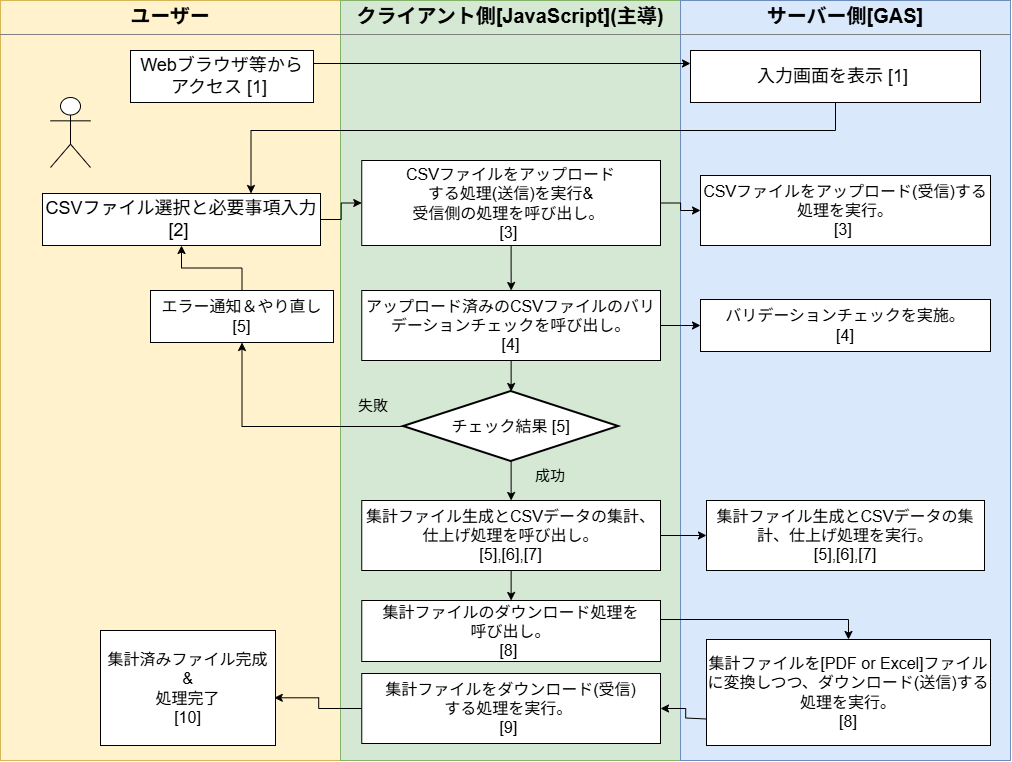
kimurad101/WeatherDataTotalizer-standalone keeps this draw.io diagram as process-flow-drawio.png. Above is the earlier version. Source tidied: cells renumbered, new cells last; positions are measured from the earlier drawing's top-left corner, leaving out a move shared by most shapes.
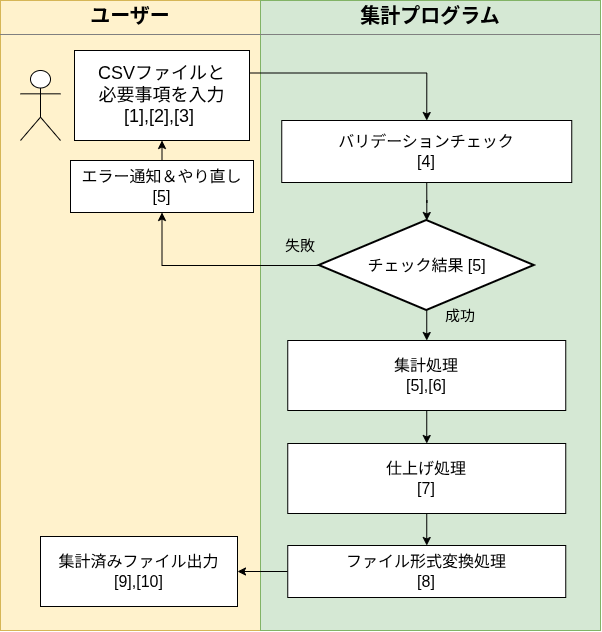
The same file after the commit.

Commit message:
フロー図を大幅修正。

The edit, as a diff of the source:
```diff
@@ -3,127 +3,67 @@
     <mxCell id="0" />
     <mxCell id="1" parent="0" />
     <mxCell id="2" value="&lt;p style=&quot;margin:0px;margin-top:4px;text-align:center;&quot;&gt;&lt;b&gt;&lt;font style=&quot;font-size: 20px;&quot;&gt;ユーザー&lt;/font&gt;&lt;/b&gt;&lt;/p&gt;&lt;hr size=&quot;1&quot; style=&quot;border-style:solid;&quot;&gt;&lt;div style=&quot;height:2px;&quot;&gt;&lt;/div&gt;" style="verticalAlign=top;align=left;overflow=fill;html=1;whiteSpace=wrap;fillColor=#fff2cc;strokeColor=#d6b656;" parent="1" vertex="1">
-      <mxGeometry width="340" height="760" as="geometry" />
+      <mxGeometry x="80" y="70" width="260" height="630" as="geometry" />
     </mxCell>
-    <mxCell id="3" value="&lt;p style=&quot;margin:0px;margin-top:4px;text-align:center;&quot;&gt;&lt;b&gt;&lt;font style=&quot;font-size: 20px;&quot;&gt;クライアント側[JavaScript](主導)&lt;/font&gt;&lt;/b&gt;&lt;/p&gt;&lt;hr size=&quot;1&quot; style=&quot;border-style:solid;&quot;&gt;&lt;div style=&quot;height:2px;&quot;&gt;&lt;/div&gt;" style="verticalAlign=top;align=left;overflow=fill;html=1;whiteSpace=wrap;fillColor=#d5e8d4;strokeColor=#82b366;" parent="1" vertex="1">
-      <mxGeometry x="340" width="340" height="760" as="geometry" />
+    <mxCell id="3" value="&lt;p style=&quot;margin:0px;margin-top:4px;text-align:center;&quot;&gt;&lt;b&gt;&lt;font style=&quot;font-size: 20px;&quot;&gt;集計プログラム&lt;/font&gt;&lt;/b&gt;&lt;/p&gt;&lt;hr size=&quot;1&quot; style=&quot;border-style:solid;&quot;&gt;&lt;div style=&quot;height:2px;&quot;&gt;&lt;/div&gt;" style="verticalAlign=top;align=left;overflow=fill;html=1;whiteSpace=wrap;fillColor=#d5e8d4;strokeColor=#82b366;" parent="1" vertex="1">
+      <mxGeometry x="340" y="70" width="340" height="630" as="geometry" />
     </mxCell>
-    <mxCell id="4" value="&lt;p style=&quot;margin:0px;margin-top:4px;text-align:center;&quot;&gt;&lt;b&gt;&lt;font style=&quot;font-size: 20px;&quot;&gt;サーバー側[GAS]&lt;/font&gt;&lt;/b&gt;&lt;/p&gt;&lt;hr size=&quot;1&quot; style=&quot;border-style:solid;&quot;&gt;&lt;div style=&quot;height:2px;&quot;&gt;&lt;/div&gt;" style="verticalAlign=top;align=left;overflow=fill;html=1;whiteSpace=wrap;fillColor=#dae8fc;strokeColor=#6c8ebf;" parent="1" vertex="1">
-      <mxGeometry x="680" width="330" height="760" as="geometry" />
-    </mxCell>
     <mxCell id="5" style="shape=umlActor;verticalLabelPosition=bottom;verticalAlign=top;html=1;labelPerimeter=1;" parent="1" vertex="1">
-      <mxGeometry x="50" y="97" width="40" height="70" as="geometry" />
+      <mxGeometry x="100" y="140" width="40" height="70" as="geometry" />
     </mxCell>
-    <mxCell id="6" style="edgeStyle=orthogonalEdgeStyle;rounded=0;jettySize=auto;html=1;exitX=1;exitY=0.5;exitDx=0;exitDy=0;entryX=0;entryY=0.5;entryDx=0;entryDy=0;defaultLabelBackgroundColor=page;" parent="1" edge="1" source="8" target="31">
-      <mxGeometry relative="1" as="geometry" />
-    </mxCell>
-    <mxCell id="7" style="edgeStyle=orthogonalEdgeStyle;rounded=0;jettySize=auto;html=1;exitX=0.5;exitY=1;exitDx=0;exitDy=0;defaultLabelBackgroundColor=page;" parent="1" edge="1" source="8" target="19">
-      <mxGeometry relative="1" as="geometry" />
-    </mxCell>
-    <mxCell id="8" value="CSVファイルをアップロード&lt;div&gt;する処理&lt;span style=&quot;background-color: transparent; color: light-dark(#000000, var(--ge-light-color, #ffffff));&quot;&gt;(送信)&lt;/span&gt;&lt;span style=&quot;background-color: transparent; color: light-dark(#000000, var(--ge-light-color, #ffffff));&quot;&gt;を実行&lt;/span&gt;&lt;span style=&quot;background-color: transparent; color: light-dark(#000000, var(--ge-light-color, #ffffff));&quot;&gt;&amp;amp;&lt;br&gt;受信側の処理を呼び出し。&amp;nbsp;&lt;/span&gt;&lt;/div&gt;&lt;div&gt;&lt;div&gt;[3]&amp;nbsp;&lt;/div&gt;&lt;/div&gt;" style="html=1;whiteSpace=wrap;fontSize=16;" parent="1" vertex="1">
-      <mxGeometry x="361.2" y="160" width="298.8" height="85" as="geometry" />
-    </mxCell>
     <mxCell id="9" value="エラー通知＆やり直し [5]" style="html=1;whiteSpace=wrap;fontSize=16;" parent="1" vertex="1">
-      <mxGeometry x="150" y="290" width="183" height="52" as="geometry" />
+      <mxGeometry x="150" y="230" width="183" height="52" as="geometry" />
     </mxCell>
-    <mxCell id="10" style="edgeStyle=orthogonalEdgeStyle;rounded=0;jettySize=auto;html=1;exitX=0.5;exitY=1;exitDx=0;exitDy=0;exitPerimeter=0;entryX=0.5;entryY=0;entryDx=0;entryDy=0;defaultLabelBackgroundColor=page;" parent="1" edge="1" source="12" target="22">
-      <mxGeometry relative="1" as="geometry" />
-    </mxCell>
     <mxCell id="11" style="edgeStyle=orthogonalEdgeStyle;rounded=0;jettySize=auto;html=1;exitX=0;exitY=0.5;exitDx=0;exitDy=0;exitPerimeter=0;entryX=0.5;entryY=1;entryDx=0;entryDy=0;defaultLabelBackgroundColor=page;" parent="1" edge="1" source="12" target="9">
       <mxGeometry relative="1" as="geometry" />
     </mxCell>
+    <mxCell id="38" style="edgeStyle=orthogonalEdgeStyle;rounded=0;jettySize=auto;html=1;exitX=0.5;exitY=1;exitDx=0;exitDy=0;exitPerimeter=0;entryX=0.5;entryY=0;entryDx=0;entryDy=0;defaultLabelBackgroundColor=page;" parent="1" edge="1" source="12" target="33">
+      <mxGeometry relative="1" as="geometry" />
+    </mxCell>
     <mxCell id="12" value="&lt;div&gt;チェック結果 [5]&lt;/div&gt;" style="strokeWidth=2;html=1;shape=mxgraph.flowchart.decision;whiteSpace=wrap;fontSize=16;" parent="1" vertex="1">
-      <mxGeometry x="403.1" y="391" width="215" height="70" as="geometry" />
+      <mxGeometry x="398.8" y="290" width="215" height="90" as="geometry" />
     </mxCell>
-    <mxCell id="13" style="edgeStyle=orthogonalEdgeStyle;rounded=0;jettySize=auto;html=1;exitX=1;exitY=0.5;exitDx=0;exitDy=0;entryX=0;entryY=0.5;entryDx=0;entryDy=0;defaultLabelBackgroundColor=page;" parent="1" edge="1" source="14" target="8">
-      <mxGeometry relative="1" as="geometry" />
-    </mxCell>
+    <mxCell id="39" style="edgeStyle=orthogonalEdgeStyle;rounded=0;jettySize=auto;html=1;exitX=1;exitY=0.25;exitDx=0;exitDy=0;entryX=0.5;entryY=0;entryDx=0;entryDy=0;defaultLabelBackgroundColor=page;" parent="1" edge="1" source="14" target="32">
+      <mxGeometry relative="1" as="geometry" />
+    </mxCell>
-    <mxCell id="14" value="&lt;span style=&quot;background-color: transparent; font-size: 18px;&quot;&gt;CSVファイル選択と&lt;/span&gt;&lt;span style=&quot;background-color: transparent; color: light-dark(#000000, var(--ge-light-color, #ffffff)); font-size: 18px;&quot;&gt;必要事項入力&lt;/span&gt;&lt;span style=&quot;background-color: transparent; color: light-dark(#000000, var(--ge-light-color, #ffffff)); font-size: 18px;&quot;&gt;[2]&lt;/span&gt;&lt;span style=&quot;background-color: transparent; color: light-dark(#000000, var(--ge-light-color, #ffffff)); font-size: 18px;&quot;&gt;&amp;nbsp;&lt;/span&gt;" style="html=1;whiteSpace=wrap;fontSize=16;" parent="1" vertex="1">
-      <mxGeometry x="42" y="193" width="278" height="52" as="geometry" />
+    <mxCell id="14" value="&lt;span style=&quot;background-color: transparent; font-size: 18px;&quot;&gt;CSVファイルと&lt;/span&gt;&lt;div&gt;&lt;span style=&quot;background-color: transparent; color: light-dark(#000000, var(--ge-light-color, #ffffff)); font-size: 18px;&quot;&gt;必要事項を入力&lt;/span&gt;&lt;/div&gt;&lt;div&gt;&lt;span style=&quot;background-color: transparent; color: light-dark(#000000, var(--ge-light-color, #ffffff)); font-size: 18px;&quot;&gt;[1],[2],[3]&lt;/span&gt;&lt;span style=&quot;background-color: transparent; color: light-dark(#000000, var(--ge-light-color, #ffffff)); font-size: 18px;&quot;&gt;&amp;nbsp;&lt;/span&gt;&lt;/div&gt;" style="html=1;whiteSpace=wrap;fontSize=16;" parent="1" vertex="1">
+      <mxGeometry x="154" y="120" width="175" height="90" as="geometry" />
     </mxCell>
     <mxCell id="15" value="失敗" style="text;html=1;whiteSpace=wrap;strokeColor=none;fillColor=none;align=center;verticalAlign=middle;rounded=0;fontSize=15;" parent="1" vertex="1">
-      <mxGeometry x="343.1" y="390" width="60" height="30" as="geometry" />
+      <mxGeometry x="350" y="300" width="60" height="30" as="geometry" />
     </mxCell>
     <mxCell id="16" value="成功" style="text;html=1;whiteSpace=wrap;strokeColor=none;fillColor=none;align=center;verticalAlign=middle;rounded=0;fontSize=15;" parent="1" vertex="1">
-      <mxGeometry x="520" y="460" width="60" height="30" as="geometry" />
+      <mxGeometry x="510" y="370" width="60" height="30" as="geometry" />
     </mxCell>
-    <mxCell id="17" value="&lt;div&gt;集計済みファイル完成&lt;/div&gt;&lt;div&gt;&amp;amp;&lt;/div&gt;&lt;div&gt;処理完了&lt;/div&gt;&lt;div&gt;[10&lt;span style=&quot;background-color: transparent; color: light-dark(#000000, var(--ge-light-color, #ffffff));&quot;&gt;]&lt;/span&gt;&lt;/div&gt;" style="html=1;whiteSpace=wrap;fontSize=16;" parent="1" vertex="1">
-      <mxGeometry x="100" y="630" width="175" height="115" as="geometry" />
+    <mxCell id="17" value="&lt;div&gt;集計済みファイル出力&lt;/div&gt;&lt;div&gt;[9],[10&lt;span style=&quot;background-color: transparent; color: light-dark(#000000, var(--ge-light-color, #ffffff));&quot;&gt;]&lt;/span&gt;&lt;/div&gt;" style="html=1;whiteSpace=wrap;fontSize=16;" parent="1" vertex="1">
+      <mxGeometry x="120" y="606" width="197" height="70" as="geometry" />
     </mxCell>
-    <mxCell id="18" style="edgeStyle=orthogonalEdgeStyle;rounded=0;jettySize=auto;html=1;exitX=1;exitY=0.5;exitDx=0;exitDy=0;entryX=0;entryY=0.5;entryDx=0;entryDy=0;defaultLabelBackgroundColor=page;" parent="1" edge="1" source="19" target="32">
-      <mxGeometry relative="1" as="geometry" />
-    </mxCell>
-    <mxCell id="19" value="&lt;span style=&quot;background-color: transparent; color: light-dark(#000000, var(--ge-light-color, #ffffff));&quot;&gt;アップロード済みのCSVファイルのバリデーションチェックを呼び出し。&lt;/span&gt;&lt;div&gt;[4]&lt;/div&gt;" style="html=1;whiteSpace=wrap;fontSize=16;" parent="1" vertex="1">
-      <mxGeometry x="361.3" y="290" width="298.8" height="70" as="geometry" />
-    </mxCell>
-    <mxCell id="20" style="edgeStyle=orthogonalEdgeStyle;rounded=0;jettySize=auto;html=1;exitX=1;exitY=0.5;exitDx=0;exitDy=0;entryX=0;entryY=0.5;entryDx=0;entryDy=0;defaultLabelBackgroundColor=page;" parent="1" edge="1" source="22" target="33">
-      <mxGeometry relative="1" as="geometry" />
-    </mxCell>
-    <mxCell id="21" style="edgeStyle=orthogonalEdgeStyle;rounded=0;jettySize=auto;html=1;exitX=0.5;exitY=1;exitDx=0;exitDy=0;entryX=0.5;entryY=0;entryDx=0;entryDy=0;defaultLabelBackgroundColor=page;" parent="1" edge="1" source="22" target="37">
-      <mxGeometry relative="1" as="geometry" />
-    </mxCell>
-    <mxCell id="22" value="&lt;div&gt;集計ファイル生成とCSVデータの集計、仕上げ処理を呼び出し。&lt;br&gt;&lt;div&gt;[5],[6],[7]&lt;/div&gt;&lt;/div&gt;" style="html=1;whiteSpace=wrap;fontSize=16;" parent="1" vertex="1">
-      <mxGeometry x="361.2" y="500" width="298.8" height="70" as="geometry" />
-    </mxCell>
-    <mxCell id="23" style="edgeStyle=orthogonalEdgeStyle;rounded=0;jettySize=auto;html=1;exitX=0;exitY=0.75;exitDx=0;exitDy=0;entryX=1;entryY=0.5;entryDx=0;entryDy=0;defaultLabelBackgroundColor=page;" parent="1" edge="1" source="24" target="34">
-      <mxGeometry relative="1" as="geometry">
-        <Array as="points">
-          <mxPoint x="706" y="717.5" />
-          <mxPoint x="685.2" y="717.5" />
-        </Array>
-      </mxGeometry>
-    </mxCell>
+    <mxCell id="40" style="edgeStyle=orthogonalEdgeStyle;rounded=0;jettySize=auto;html=1;exitX=0;exitY=0.5;exitDx=0;exitDy=0;entryX=1;entryY=0.5;entryDx=0;entryDy=0;defaultLabelBackgroundColor=page;" parent="1" edge="1" source="24" target="17">
+      <mxGeometry relative="1" as="geometry" />
+    </mxCell>
-    <mxCell id="24" value="&lt;div&gt;集計ファイルを&lt;span style=&quot;background-color: transparent; color: light-dark(#000000, var(--ge-light-color, #ffffff));&quot;&gt;[PDF or Excel]ファイルに変換しつつ、ダウンロード(送信)する処理を実行。&lt;/span&gt;&lt;/div&gt;&lt;div&gt;[8]&lt;/div&gt;" style="html=1;whiteSpace=wrap;fontSize=16;" parent="1" vertex="1">
-      <mxGeometry x="706" y="639" width="284" height="106" as="geometry" />
+    <mxCell id="24" value="&lt;div&gt;&lt;span style=&quot;background-color: transparent; color: light-dark(#000000, var(--ge-light-color, #ffffff));&quot;&gt;ファイル形式変換処理&lt;/span&gt;&lt;/div&gt;&lt;div&gt;[8]&lt;/div&gt;" style="html=1;whiteSpace=wrap;fontSize=16;" parent="1" vertex="1">
+      <mxGeometry x="367.2" y="615" width="278" height="52" as="geometry" />
     </mxCell>
-    <mxCell id="25" style="edgeStyle=orthogonalEdgeStyle;rounded=0;jettySize=auto;html=1;exitX=0.5;exitY=1;exitDx=0;exitDy=0;entryX=0.5;entryY=0;entryDx=0;entryDy=0;entryPerimeter=0;defaultLabelBackgroundColor=page;" parent="1" edge="1" source="19" target="12">
-      <mxGeometry relative="1" as="geometry" />
-    </mxCell>
     <mxCell id="26" style="edgeStyle=orthogonalEdgeStyle;rounded=0;jettySize=auto;html=1;exitX=0.5;exitY=0;exitDx=0;exitDy=0;entryX=0.5;entryY=1;entryDx=0;entryDy=0;defaultLabelBackgroundColor=page;" parent="1" edge="1" source="9" target="14">
       <mxGeometry relative="1" as="geometry" />
     </mxCell>
-    <mxCell id="27" style="edgeStyle=orthogonalEdgeStyle;rounded=0;jettySize=auto;html=1;exitX=0.5;exitY=1;exitDx=0;exitDy=0;entryX=0.75;entryY=0;entryDx=0;entryDy=0;defaultLabelBackgroundColor=page;" parent="1" edge="1" source="28" target="14">
-      <mxGeometry relative="1" as="geometry">
-        <Array as="points">
-          <mxPoint x="835" y="130" />
-          <mxPoint x="250.5" y="130" />
-        </Array>
-      </mxGeometry>
-    </mxCell>
-    <mxCell id="28" value="&lt;span style=&quot;font-size: 18px;&quot;&gt;入力画面を表示&amp;nbsp;&lt;/span&gt;&lt;span style=&quot;background-color: transparent; color: light-dark(#000000, var(--ge-light-color, #ffffff)); font-size: 18px;&quot;&gt;[1]&amp;nbsp;&lt;/span&gt;" style="html=1;whiteSpace=wrap;fontSize=16;" parent="1" vertex="1">
-      <mxGeometry x="690" y="50" width="290" height="52" as="geometry" />
-    </mxCell>
-    <mxCell id="29" style="edgeStyle=orthogonalEdgeStyle;rounded=0;jettySize=auto;html=1;exitX=1;exitY=0.25;exitDx=0;exitDy=0;entryX=0;entryY=0.25;entryDx=0;entryDy=0;defaultLabelBackgroundColor=page;" parent="1" edge="1" source="30" target="28">
-      <mxGeometry relative="1" as="geometry" />
-    </mxCell>
-    <mxCell id="30" value="&lt;span style=&quot;font-size: 18px;&quot;&gt;Webブラウザ等から&lt;/span&gt;&lt;div&gt;&lt;span style=&quot;font-size: 18px;&quot;&gt;アクセス&amp;nbsp;&lt;/span&gt;&lt;span style=&quot;background-color: transparent; color: light-dark(#000000, var(--ge-light-color, #ffffff)); font-size: 18px;&quot;&gt;[1]&amp;nbsp;&lt;/span&gt;&lt;/div&gt;" style="html=1;whiteSpace=wrap;fontSize=16;" parent="1" vertex="1">
-      <mxGeometry x="130" y="50" width="183" height="52" as="geometry" />
-    </mxCell>
-    <mxCell id="31" value="CSVファイルをアップロード(受信)する処理を実行。&lt;div&gt;[3]&amp;nbsp;&lt;/div&gt;" style="html=1;whiteSpace=wrap;fontSize=16;" parent="1" vertex="1">
-      <mxGeometry x="700" y="175" width="290" height="70" as="geometry" />
-    </mxCell>
+    <mxCell id="41" style="edgeStyle=orthogonalEdgeStyle;rounded=0;jettySize=auto;html=1;exitX=0.5;exitY=1;exitDx=0;exitDy=0;defaultLabelBackgroundColor=page;" parent="1" edge="1" source="32" target="12">
+      <mxGeometry relative="1" as="geometry" />
+    </mxCell>
-    <mxCell id="32" value="バリデーションチェックを実施。&lt;div&gt;[4]&lt;/div&gt;" style="html=1;whiteSpace=wrap;fontSize=16;" parent="1" vertex="1">
-      <mxGeometry x="700" y="299" width="290" height="52" as="geometry" />
+    <mxCell id="32" value="バリデーションチェック&lt;div&gt;[4]&lt;/div&gt;" style="html=1;whiteSpace=wrap;fontSize=16;" parent="1" vertex="1">
+      <mxGeometry x="361.2" y="190" width="290" height="62" as="geometry" />
     </mxCell>
+    <mxCell id="42" style="edgeStyle=orthogonalEdgeStyle;rounded=0;jettySize=auto;html=1;exitX=0.5;exitY=1;exitDx=0;exitDy=0;entryX=0.5;entryY=0;entryDx=0;entryDy=0;defaultLabelBackgroundColor=page;" parent="1" edge="1" source="33" target="44">
+      <mxGeometry relative="1" as="geometry" />
+    </mxCell>
-    <mxCell id="33" value="&lt;div&gt;集計ファイル生成とCSVデータの集計、仕上げ処理を実行。&lt;br&gt;&lt;div&gt;[5],[6],[7]&lt;/div&gt;&lt;/div&gt;" style="html=1;whiteSpace=wrap;fontSize=16;" parent="1" vertex="1">
-      <mxGeometry x="706" y="500" width="278" height="70" as="geometry" />
+    <mxCell id="33" value="&lt;div&gt;集計処理&lt;br&gt;&lt;div&gt;[5],[6]&lt;/div&gt;&lt;/div&gt;" style="html=1;whiteSpace=wrap;fontSize=16;" parent="1" vertex="1">
+      <mxGeometry x="367.2" y="410" width="278" height="70" as="geometry" />
     </mxCell>
-    <mxCell id="34" value="集計ファイルをダウンロード(受信)&lt;div&gt;する処理を実行。&amp;nbsp;&lt;div&gt;[9&lt;span style=&quot;background-color: transparent; color: light-dark(#000000, var(--ge-light-color, #ffffff));&quot;&gt;]&amp;nbsp;&lt;/span&gt;&lt;/div&gt;&lt;/div&gt;" style="html=1;whiteSpace=wrap;fontSize=16;" parent="1" vertex="1">
-      <mxGeometry x="361.3" y="673" width="298.8" height="70" as="geometry" />
-    </mxCell>
-    <mxCell id="35" style="edgeStyle=orthogonalEdgeStyle;rounded=0;jettySize=auto;html=1;exitX=0;exitY=0.5;exitDx=0;exitDy=0;entryX=0.993;entryY=0.585;entryDx=0;entryDy=0;entryPerimeter=0;defaultLabelBackgroundColor=page;" parent="1" edge="1" source="34" target="17">
-      <mxGeometry relative="1" as="geometry" />
-    </mxCell>
-    <mxCell id="36" style="edgeStyle=orthogonalEdgeStyle;rounded=0;jettySize=auto;html=1;exitX=1;exitY=0.5;exitDx=0;exitDy=0;entryX=0.5;entryY=0;entryDx=0;entryDy=0;defaultLabelBackgroundColor=page;" parent="1" edge="1" source="37" target="24">
-      <mxGeometry relative="1" as="geometry">
-        <Array as="points">
-          <mxPoint x="660" y="619" />
-          <mxPoint x="848" y="619" />
-        </Array>
-      </mxGeometry>
-    </mxCell>
-    <mxCell id="37" value="集計ファイルのダウンロード処理を&lt;div&gt;呼び出し。&lt;div&gt;[8&lt;span style=&quot;background-color: transparent; color: light-dark(#000000, var(--ge-light-color, #ffffff));&quot;&gt;]&amp;nbsp;&lt;/span&gt;&lt;/div&gt;&lt;/div&gt;" style="html=1;whiteSpace=wrap;fontSize=16;" parent="1" vertex="1">
-      <mxGeometry x="361.3" y="600" width="298.8" height="61" as="geometry" />
-    </mxCell>
+    <mxCell id="43" style="edgeStyle=orthogonalEdgeStyle;rounded=0;jettySize=auto;html=1;exitX=0.5;exitY=1;exitDx=0;exitDy=0;entryX=0.5;entryY=0;entryDx=0;entryDy=0;defaultLabelBackgroundColor=page;" parent="1" edge="1" source="44" target="24">
+      <mxGeometry relative="1" as="geometry" />
+    </mxCell>
+    <mxCell id="44" value="&lt;div&gt;仕上げ処理&lt;br&gt;&lt;div&gt;[7]&lt;/div&gt;&lt;/div&gt;" style="html=1;whiteSpace=wrap;fontSize=16;" parent="1" vertex="1">
+      <mxGeometry x="367.2" y="513" width="278" height="70" as="geometry" />
+    </mxCell>
   </root>
 </mxGraphModel>
```
